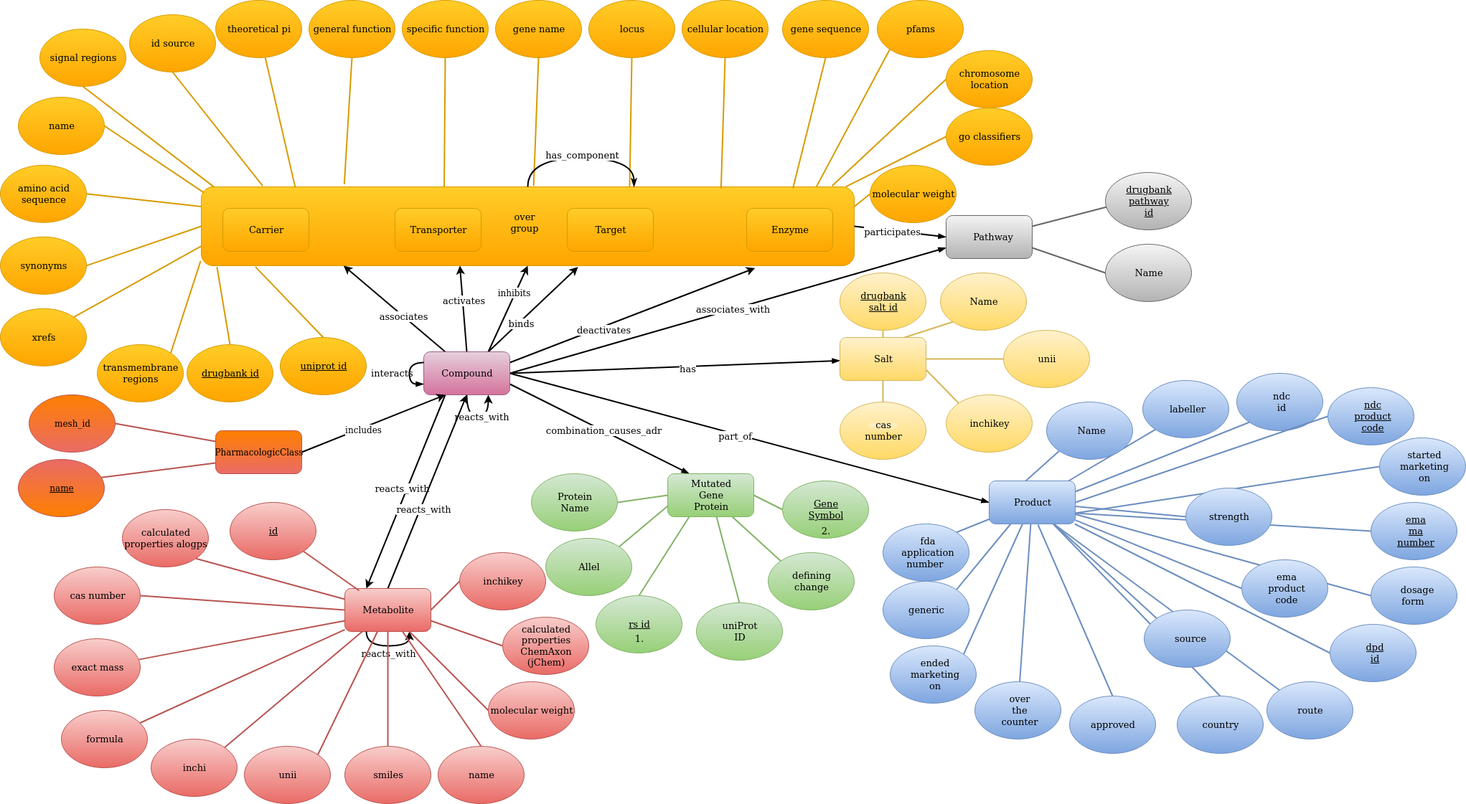
Earlier version of the draw.io export drugbank_er_new.png (ckoenigs/DrugBank_to_Neo4j). Source tidied: cells renumbered, new cells last; positions are measured from the earlier drawing's top-left corner, leaving out a move shared by most shapes.
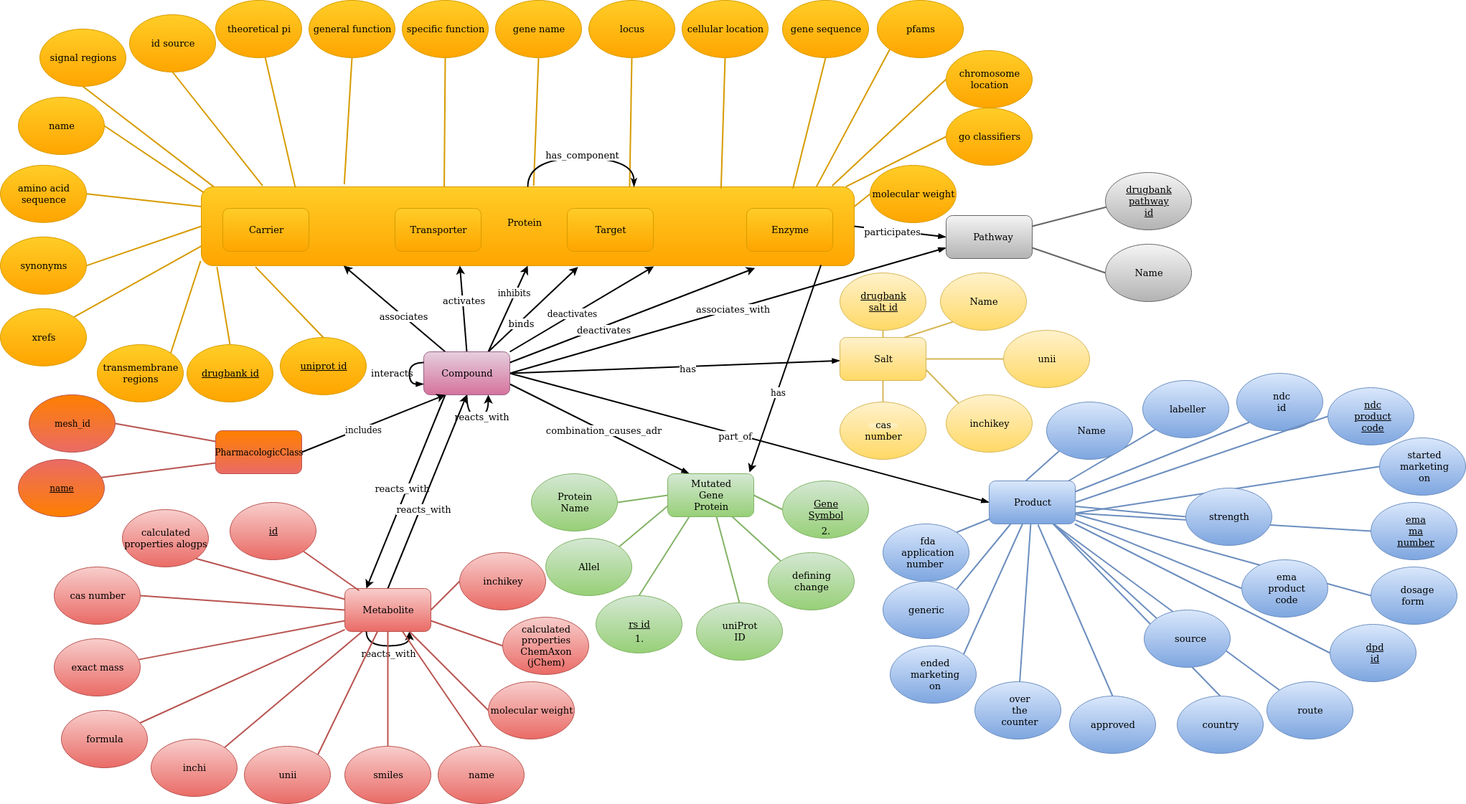
The same diagram one commit later.

Change to the diagram source:
```diff
@@ -86,6 +86,12 @@
         <mxPoint y="-1" as="offset" />
       </mxGeometry>
     </mxCell>
+    <mxCell id="221" style="rounded=0;jettySize=auto;html=1;exitX=1;exitY=0;exitDx=0;exitDy=0;entryX=0.693;entryY=1.009;entryDx=0;entryDy=0;entryPerimeter=0;strokeWidth=2;" parent="1" edge="1" source="25" target="2">
+      <mxGeometry relative="1" as="geometry" />
+    </mxCell>
+    <mxCell id="222" value="deactivates" style="text;html=1;align=center;verticalAlign=middle;labelBackgroundColor=#ffffff;" parent="221" vertex="1">
+      <mxGeometry x="-0.12" y="2" relative="1" as="geometry" />
+    </mxCell>
     <mxCell id="25" style="rounded=1;whiteSpace=wrap;html=1;strokeColor=#996185;fillColor=#e6d0de;fontSize=13;gradientColor=#d5739d;" parent="1" vertex="1">
       <mxGeometry x="590" y="490" width="120" height="60" as="geometry" />
     </mxCell>
@@ -290,7 +296,7 @@
     <mxCell id="89" value="cas number" style="text;html=1;strokeColor=none;fillColor=#fff2cc;align=center;verticalAlign=middle;whiteSpace=wrap;rounded=0;fontSize=13;gradientColor=#ffd966;" parent="1" vertex="1">
       <mxGeometry x="1210" y="590" width="40" height="20" as="geometry" />
     </mxCell>
-    <mxCell id="90" value="over group" style="text;html=1;strokeColor=none;fillColor=none;align=center;verticalAlign=middle;whiteSpace=wrap;rounded=0;fontSize=13;" parent="1" vertex="1">
+    <mxCell id="90" value="Protein" style="text;html=1;strokeColor=none;fillColor=none;align=center;verticalAlign=middle;whiteSpace=wrap;rounded=0;fontSize=13;" parent="1" vertex="1">
       <mxGeometry x="710" y="300" width="40" height="20" as="geometry" />
     </mxCell>
     <mxCell id="91" value="1." style="text;html=1;strokeColor=none;fillColor=none;align=center;verticalAlign=middle;whiteSpace=wrap;rounded=0;fontSize=13;" parent="1" vertex="1">
@@ -690,5 +696,13 @@
     <mxCell id="220" value="&lt;u&gt;name&lt;/u&gt;" style="ellipse;whiteSpace=wrap;html=1;fillColor=#FF8000;gradientColor=#ea6b66;strokeColor=#b85450;direction=west;" parent="1" vertex="1">
       <mxGeometry x="25" y="640" width="120" height="80" as="geometry" />
     </mxCell>
+    <mxCell id="223" style="endArrow=classic;html=1;strokeWidth=2;entryX=0.95;entryY=-0.033;entryDx=0;entryDy=0;exitX=0.949;exitY=0.991;exitDx=0;exitDy=0;exitPerimeter=0;entryPerimeter=0;" parent="1" edge="1" source="2" target="50">
+      <mxGeometry relative="1" as="geometry" />
+    </mxCell>
+    <mxCell id="224" value="has" style="text;html=1;align=center;verticalAlign=middle;labelBackgroundColor=#ffffff;" parent="223" vertex="1">
+      <mxGeometry x="0.23" relative="1" as="geometry">
+        <mxPoint x="1" as="offset" />
+      </mxGeometry>
+    </mxCell>
   </root>
 </mxGraphModel>
```
